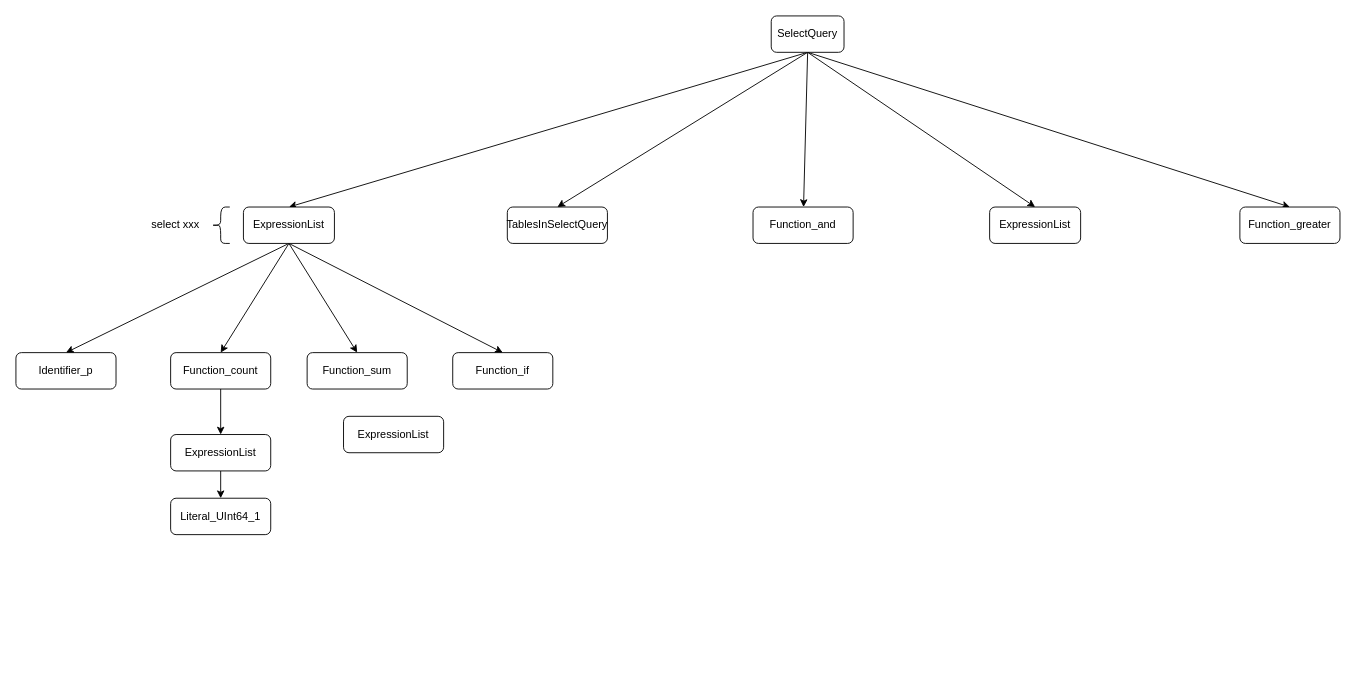
cicelprg/drawio keeps this draw.io diagram as page "AST" (9 of 9) of clickhouse/clickhosue-storage 模块.drawio. Above is the earlier version. Source tidied: cells renumbered, new cells numbered last; positions are measured from the earlier drawing's top-left corner, leaving out a move shared by most shapes. Both pictures are drawn from the tidied source at 91%, with x=0, y=0 at pixel (15, 15).
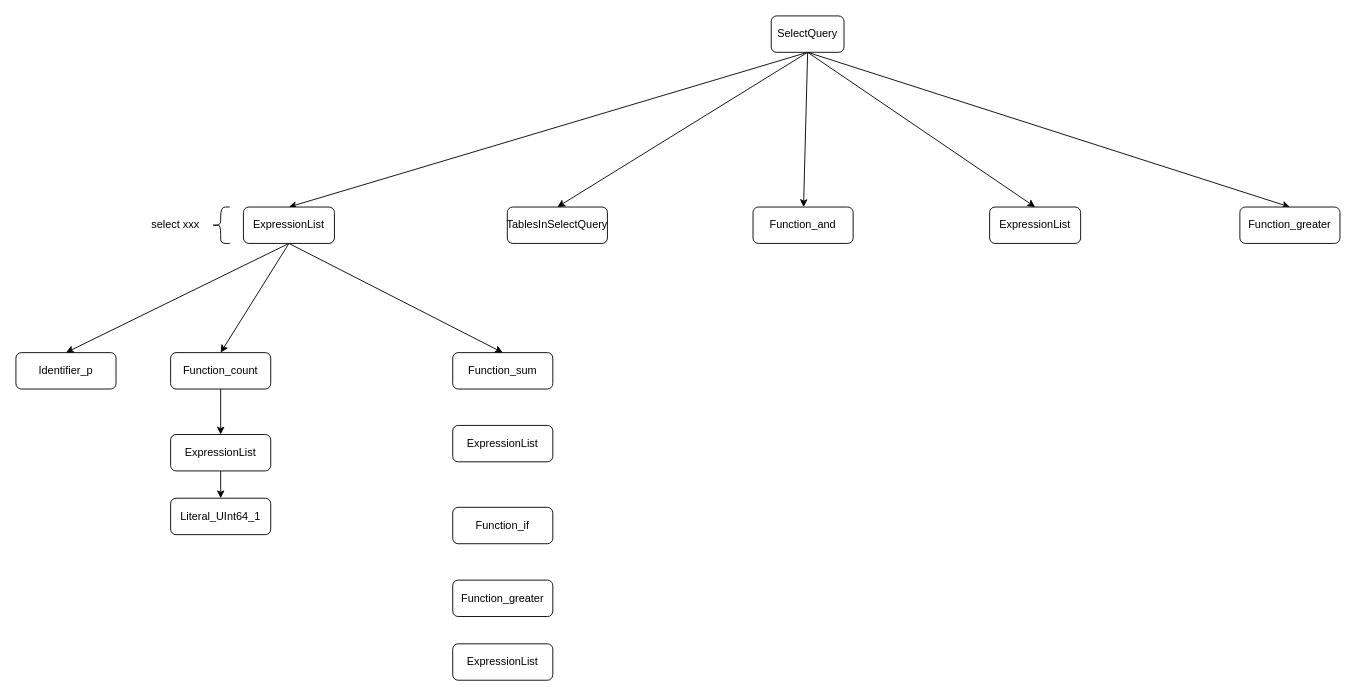
The same page after the edit.

Unchanged cells that the change refers to:
```xml
<mxCell id="12" value="ExpressionList" style="rounded=1;whiteSpace=wrap;html=1;" parent="1" vertex="1">
  <mxGeometry x="250" y="210" width="100" height="40" as="geometry" />
</mxCell>
```

The edit, as a diff of the source:
```diff
@@
-    <mxCell id="10" style="edgeStyle=none;rounded=0;jettySize=auto;html=1;exitX=0.5;exitY=1;exitDx=0;exitDy=0;entryX=0.5;entryY=0;entryDx=0;entryDy=0;" parent="1" edge="1" source="12" target="17">
-      <mxGeometry relative="1" as="geometry" />
-    </mxCell>
@@
-    <mxCell id="17" value="Function_sum" style="rounded=1;whiteSpace=wrap;html=1;" parent="1" vertex="1">
-      <mxGeometry x="320" y="370" width="110" height="40" as="geometry" />
-    </mxCell>
     <mxCell id="18" value="ExpressionList" style="rounded=1;whiteSpace=wrap;html=1;" parent="1" vertex="1">
-      <mxGeometry x="360" y="440" width="110" height="40" as="geometry" />
+      <mxGeometry x="480" y="450" width="110" height="40" as="geometry" />
     </mxCell>
-    <mxCell id="19" value="Function_if" style="rounded=1;whiteSpace=wrap;html=1;" parent="1" vertex="1">
+    <mxCell id="19" value="Function_sum" style="rounded=1;whiteSpace=wrap;html=1;" parent="1" vertex="1">
       <mxGeometry x="480" y="370" width="110" height="40" as="geometry" />
     </mxCell>
@@
+    <mxCell id="28" value="Function_if" style="rounded=1;whiteSpace=wrap;html=1;" parent="1" vertex="1">
+      <mxGeometry x="480" y="540" width="110" height="40" as="geometry" />
+    </mxCell>
+    <mxCell id="29" value="Function_greater" style="rounded=1;whiteSpace=wrap;html=1;" parent="1" vertex="1">
+      <mxGeometry x="480" y="620" width="110" height="40" as="geometry" />
+    </mxCell>
+    <mxCell id="30" value="ExpressionList" style="rounded=1;whiteSpace=wrap;html=1;" parent="1" vertex="1">
+      <mxGeometry x="480" y="690" width="110" height="40" as="geometry" />
+    </mxCell>
```
